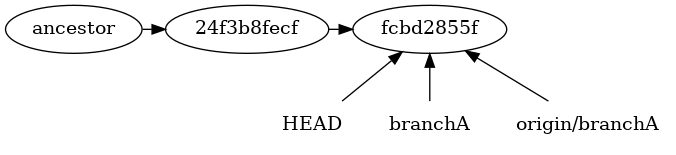
Above: img/after_merge.png in AaronDMarasco/git4svn (Graphviz), before the change. Its source is kept beside it as src/after_merge.gv. The source it was exported from:
```dot
digraph "after_merge" {
  rankdir=BT;
  node [shape = oval];
  ancestor -> "24f3b8fecf"
  "24f3b8fecf" -> "fcbd2855f"
  node [shape = none];
  HEAD -> "fcbd2855f"
  "branchA" -> "fcbd2855f"
  "origin/branchA" -> "fcbd2855f"
  {rank=max; ancestor; "24f3b8fecf"; "fcbd2855f"}
  {rank=min; HEAD; "branchA"; "origin/branchA"}
}
```
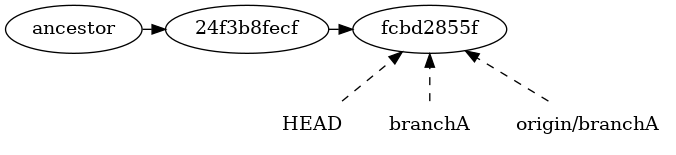
Above is the later version.

Diff of the diagram source:
```diff
@@ -4,9 +4,9 @@
   ancestor -> "24f3b8fecf"
   "24f3b8fecf" -> "fcbd2855f"
   node [shape = none];
-  HEAD -> "fcbd2855f"
-  "branchA" -> "fcbd2855f"
-  "origin/branchA" -> "fcbd2855f"
+  HEAD -> "fcbd2855f" [style=dashed];
+  "branchA" -> "fcbd2855f" [style=dashed];
+  "origin/branchA" -> "fcbd2855f" [style=dashed];
   {rank=max; ancestor; "24f3b8fecf"; "fcbd2855f"}
   {rank=min; HEAD; "branchA"; "origin/branchA"}
 }
```
